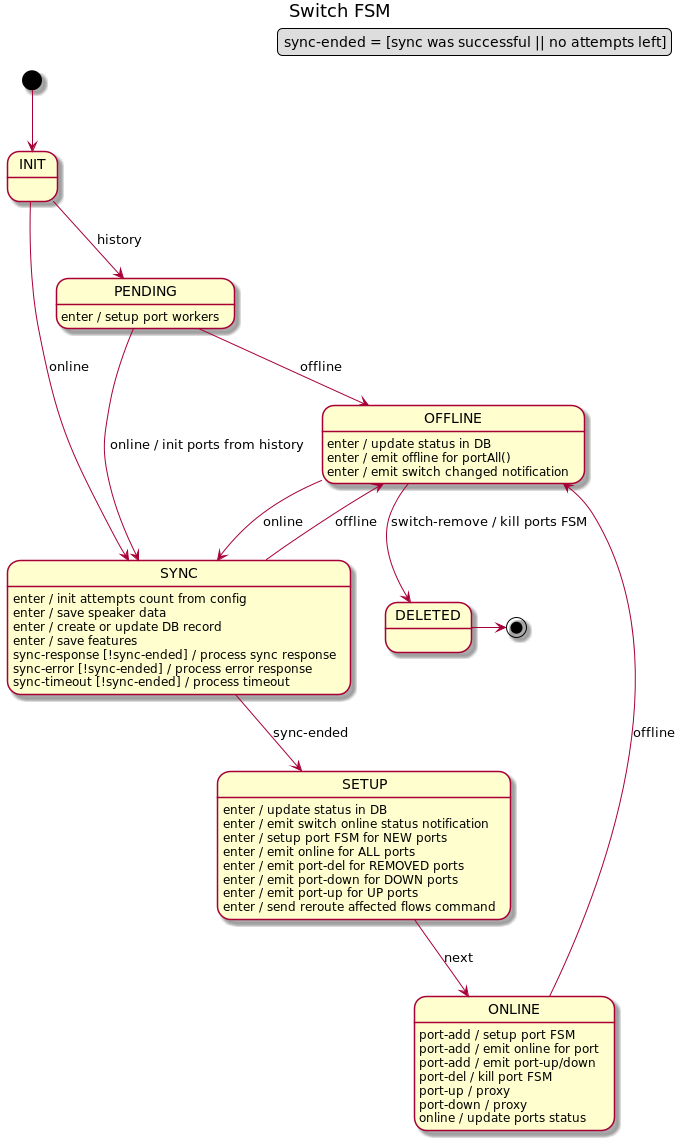
Before: docs/design/network-discovery/switch-FSM.png, a diagram exported from PlantUML (telstra/open-kilda).
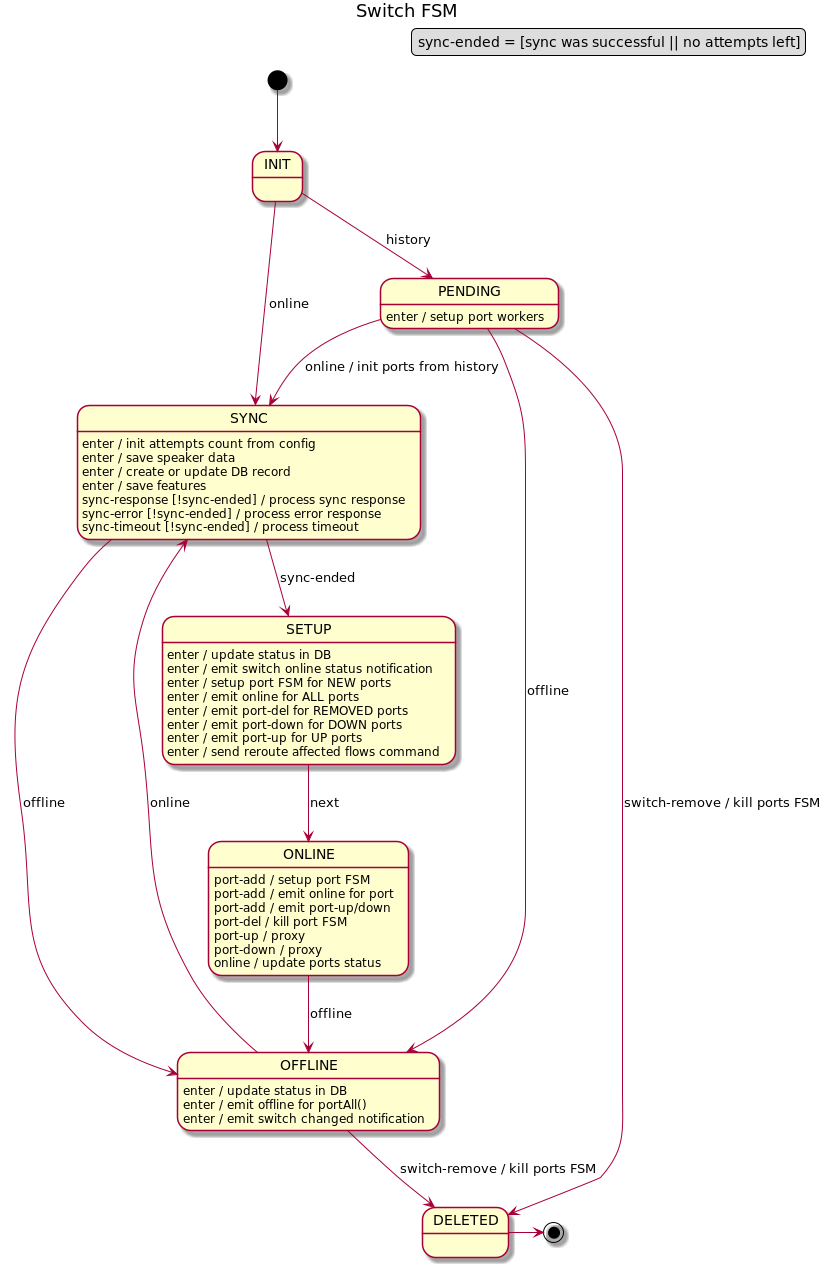
Above is the later version.

Commit message:
Add Hadnling on Switch Remove from pending state

Change to the diagram source:
```diff
@@ -12,6 +12,7 @@
 
 PENDING : enter / setup port workers
 PENDING --> SYNC : online / init ports from history
+PENDING --> DELETED: switch-remove / kill ports FSM
 PENDING --> OFFLINE : offline
 
 SYNC : enter / init attempts count from config
```
